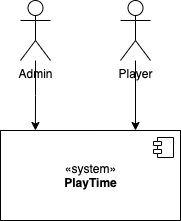
The draw.io diagram doku/system-context.drawio.png in Skanky0815/playtime, before a commit. Source tidied: cells renumbered, new cells last; positions are measured from the earlier drawing's top-left corner, leaving out a move shared by most shapes.
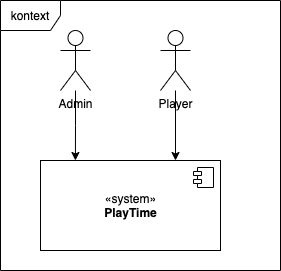
Later version of the same file.

Change to the diagram source:
```diff
@@ -22,5 +22,8 @@
     <mxCell id="7" value="Player" style="shape=umlActor;verticalLabelPosition=bottom;verticalAlign=top;html=1;" parent="1" vertex="1">
       <mxGeometry x="120" width="30" height="60" as="geometry" />
     </mxCell>
+    <mxCell id="8" value="kontext" style="shape=umlFrame;whiteSpace=wrap;html=1;" parent="1" vertex="1">
+      <mxGeometry x="-40" y="-30" width="280" height="270" as="geometry" />
+    </mxCell>
   </root>
 </mxGraphModel>
```
